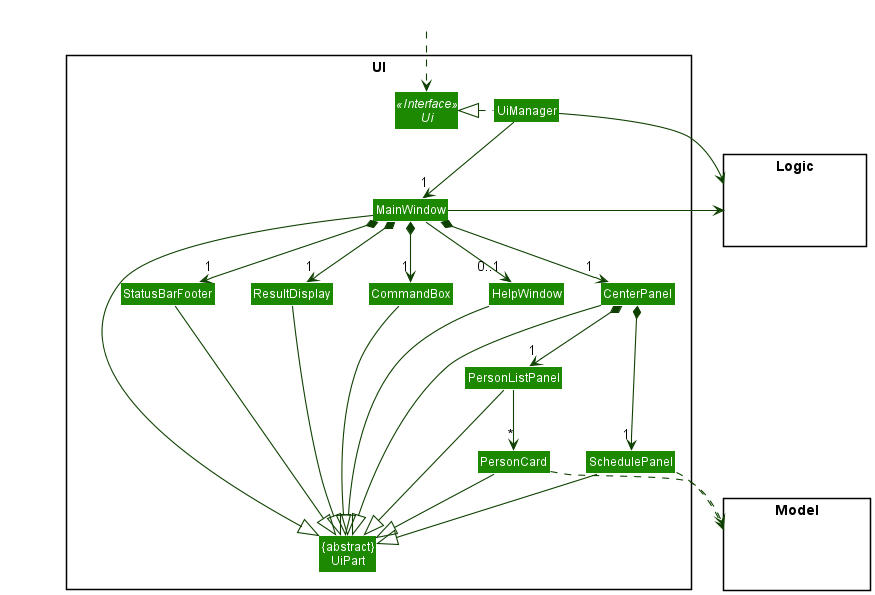
Before: docs/images/UiClassDiagram.png, a diagram exported from PlantUML (nus-cs2103-AY2122S1/tp).
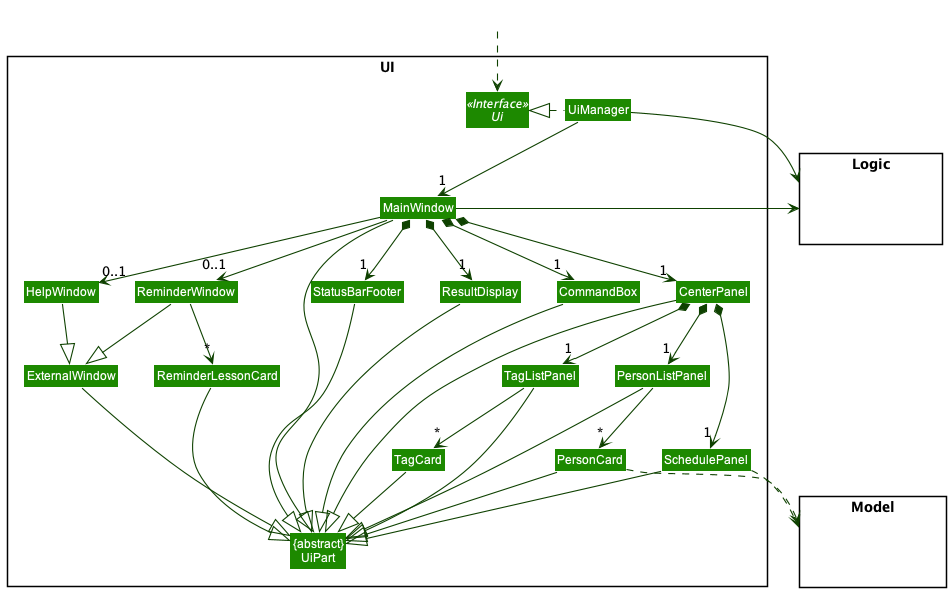
The same diagram one commit later.

What changed in the source:
```diff
@@ -9,14 +9,19 @@
 Class "{abstract}\nUiPart" as UiPart
 Class UiManager
 Class MainWindow
-Class HelpWindow
 Class ResultDisplay
 Class CenterPanel
 Class SchedulePanel
 Class PersonListPanel
 Class PersonCard
+Class TagListPanel
+Class TagCard
 Class StatusBarFooter
 Class CommandBox
+Class ExternalWindow
+Class HelpWindow
+Class ReminderWindow
+Class ReminderLessonCard
 }
 
 package Model <<Rectangle>> {
@@ -37,11 +42,15 @@
 MainWindow *-down-> "1" CenterPanel
 MainWindow *-down-> "1" StatusBarFooter
 MainWindow -down-> "0..1" HelpWindow
+MainWindow -down-> "0..1" ReminderWindow
 
 CenterPanel *-down-> "1" PersonListPanel
 CenterPanel *-down-> "1" SchedulePanel
+CenterPanel *-down-> "1" TagListPanel
 
 PersonListPanel -down-> "*" PersonCard
+TagListPanel -down-> "*" TagCard
+ReminderWindow -down-> "*" ReminderLessonCard
 
 MainWindow -left-|> UiPart
 
@@ -51,8 +60,13 @@
 SchedulePanel --|> UiPart
 PersonListPanel --|> UiPart
 PersonCard --|> UiPart
+TagListPanel --|> UiPart
+TagCard --|> UiPart
+ReminderLessonCard --|> UiPart
 StatusBarFooter --|> UiPart
-HelpWindow --|> UiPart
+ExternalWindow --|> UiPart
+HelpWindow --|> ExternalWindow
+ReminderWindow --|> ExternalWindow
 
 PersonCard ..> Model
 SchedulePanel ..> Model
@@ -63,6 +77,7 @@
 HelpWindow -[hidden]left- CommandBox
 CommandBox -[hidden]left- ResultDisplay
 ResultDisplay -[hidden]left- StatusBarFooter
+ReminderLessonCard -[hidden]left- ExternalWindow
 
 MainWindow -[hidden]-|> UiPart
 @enduml
```
